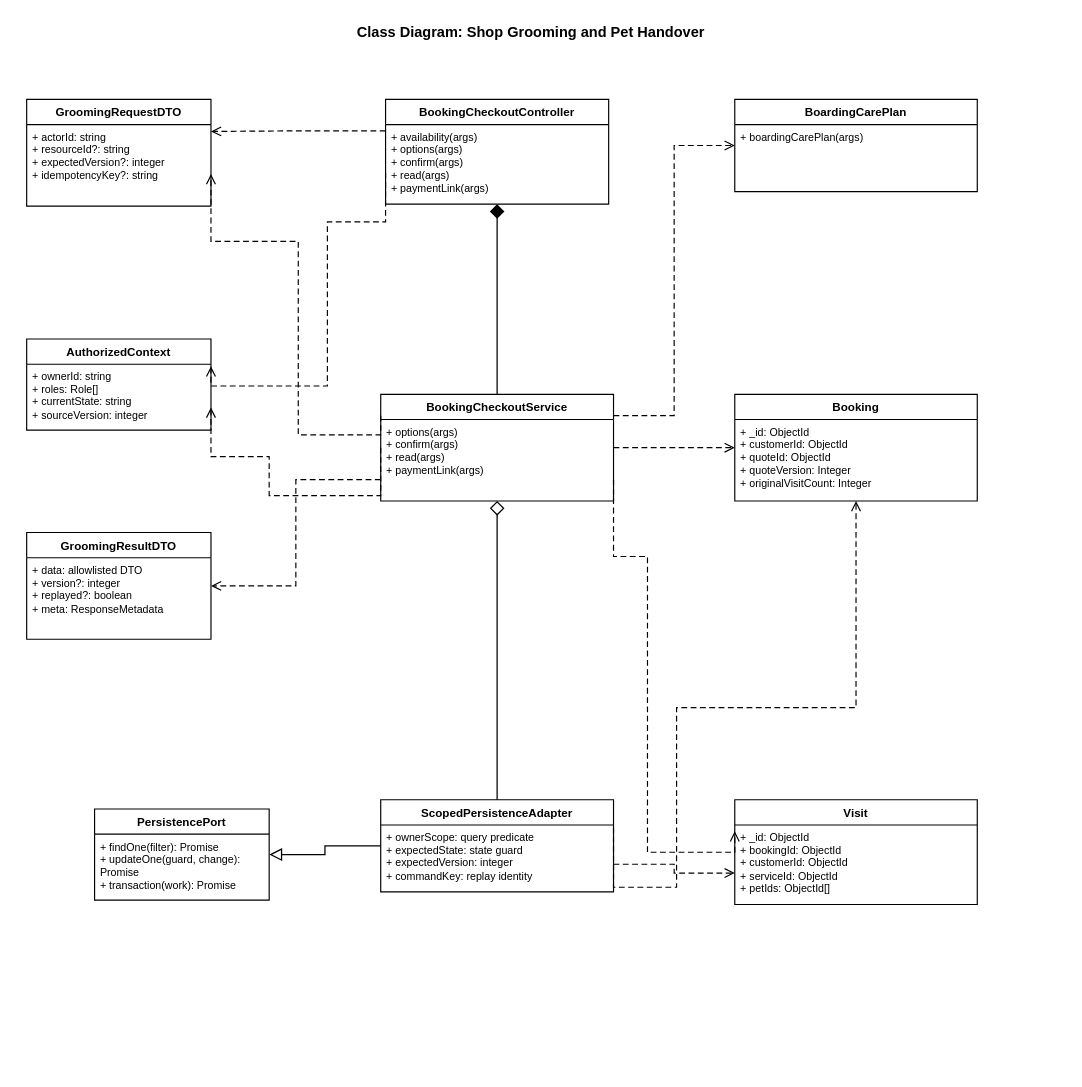
Above: page "14. Shop Grooming and Pet Handover" (1 of 2) of doc/reports/report4/class/class-grooming.drawio in ngocthanhhx7/SEP490_G101_FALL2026 (draw.io), before the change. Source tidied: cells renumbered, new cells numbered last; positions are measured from the earlier drawing's top-left corner, leaving out a move shared by most shapes. Both pictures are drawn from the tidied source at 97%, with x=0, y=0 at pixel (26, 16).
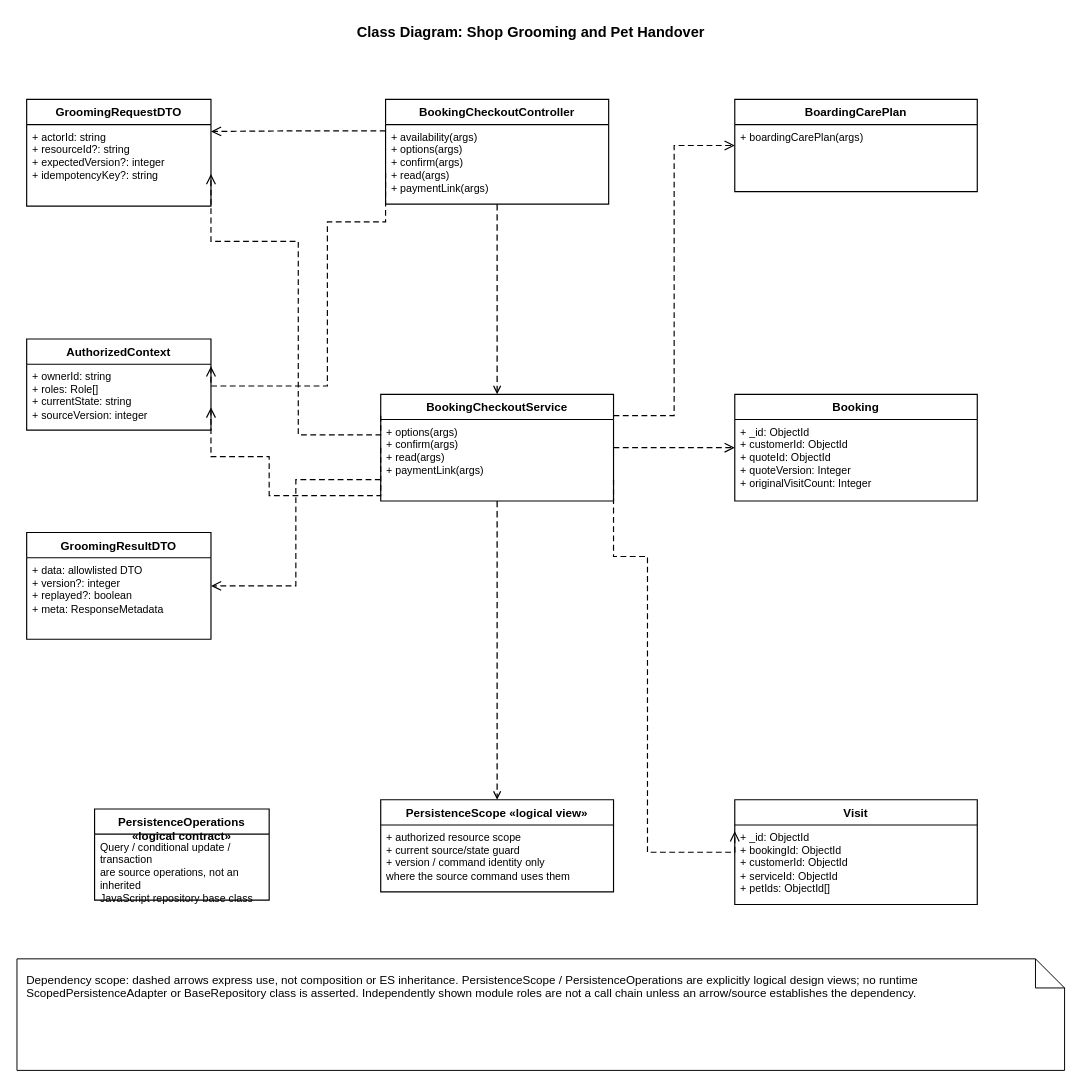
The same page after the edit.

Unchanged cells that the change refers to:
```xml
<mxCell id="11" value="BookingCheckoutController" style="swimlane;fontStyle=1;align=center;verticalAlign=top;horizontal=1;startSize=26;html=1;whiteSpace=wrap;fillColor=#FFFFFF;strokeColor=#000000;strokeWidth=1.2;" parent="1" vertex="1">
  <mxGeometry x="370" y="86" width="230" height="108" as="geometry" />
</mxCell>
<mxCell id="13" value="BookingCheckoutService" style="swimlane;fontStyle=1;align=center;verticalAlign=top;horizontal=1;startSize=26;html=1;whiteSpace=wrap;fillColor=#FFFFFF;strokeColor=#000000;strokeWidth=1.2;" parent="1" vertex="1">
  <mxGeometry x="365" y="390" width="240" height="110" as="geometry" />
</mxCell>
<mxCell id="19" value="Booking" style="swimlane;fontStyle=1;align=center;verticalAlign=top;horizontal=1;startSize=26;html=1;whiteSpace=wrap;fillColor=#FFFFFF;strokeColor=#000000;strokeWidth=1.2;" parent="1" vertex="1">
  <mxGeometry x="730" y="390" width="250" height="110" as="geometry" />
</mxCell>
<mxCell id="21" value="Visit" style="swimlane;fontStyle=1;align=center;verticalAlign=top;horizontal=1;startSize=26;html=1;whiteSpace=wrap;fillColor=#FFFFFF;strokeColor=#000000;strokeWidth=1.2;" parent="1" vertex="1">
  <mxGeometry x="730" y="808" width="250" height="108" as="geometry" />
</mxCell>
```

What changed in the source:
```diff
@@
-    <mxCell id="9" value="PersistencePort" style="swimlane;fontStyle=1;align=center;verticalAlign=top;horizontal=1;startSize=26;html=1;whiteSpace=wrap;fillColor=#FFFFFF;strokeColor=#000000;strokeWidth=1.2;" parent="1" vertex="1">
+    <mxCell id="9" value="PersistenceOperations «logical contract»" style="swimlane;fontStyle=1;align=center;verticalAlign=top;horizontal=1;startSize=26;html=1;whiteSpace=wrap;fillColor=#FFFFFF;strokeColor=#000000;strokeWidth=1.2;" parent="1" vertex="1">
       <mxGeometry x="70" y="817.5" width="180" height="94" as="geometry" />
     </mxCell>
-    <mxCell id="10" value="+ findOne(filter): Promise&#10;+ updateOne(guard, change): Promise&#10;+ transaction(work): Promise" style="text;strokeColor=none;fillColor=none;align=left;verticalAlign=top;spacingLeft=4;spacingRight=4;overflow=visible;whiteSpace=wrap;html=1;fontSize=11;" parent="9" vertex="1">
+    <mxCell id="10" value="Query / conditional update / transaction&#10;are source operations, not an inherited&#10;JavaScript repository base class" style="text;strokeColor=none;fillColor=none;align=left;verticalAlign=top;spacingLeft=4;spacingRight=4;overflow=visible;whiteSpace=wrap;html=1;fontSize=11;" parent="9" vertex="1">
       <mxGeometry y="26" width="180" height="68" as="geometry" />
     </mxCell>
@@
-    <mxCell id="15" value="ScopedPersistenceAdapter" style="swimlane;fontStyle=1;align=center;verticalAlign=top;horizontal=1;startSize=26;html=1;whiteSpace=wrap;fillColor=#FFFFFF;strokeColor=#000000;strokeWidth=1.2;" parent="1" vertex="1">
+    <mxCell id="15" value="PersistenceScope «logical view»" style="swimlane;fontStyle=1;align=center;verticalAlign=top;horizontal=1;startSize=26;html=1;whiteSpace=wrap;fillColor=#FFFFFF;strokeColor=#000000;strokeWidth=1.2;" parent="1" vertex="1">
       <mxGeometry x="365" y="808" width="240" height="95" as="geometry" />
     </mxCell>
-    <mxCell id="16" value="+ ownerScope: query predicate&#10;+ expectedState: state guard&#10;+ expectedVersion: integer&#10;+ commandKey: replay identity" style="text;strokeColor=none;fillColor=none;align=left;verticalAlign=top;spacingLeft=4;spacingRight=4;overflow=visible;whiteSpace=wrap;html=1;fontSize=11;" parent="15" vertex="1">
+    <mxCell id="16" value="+ authorized resource scope&#10;+ current source/state guard&#10;+ version / command identity only&#10;  where the source command uses them" style="text;strokeColor=none;fillColor=none;align=left;verticalAlign=top;spacingLeft=4;spacingRight=4;overflow=visible;whiteSpace=wrap;html=1;fontSize=11;" parent="15" vertex="1">
       <mxGeometry y="26" width="240" height="69" as="geometry" />
     </mxCell>
@@
-    <mxCell id="23" style="edgeStyle=orthogonalEdgeStyle;rounded=0;jettySize=auto;html=1;startArrow=diamond;startFill=1;startSize=12;endArrow=none;strokeColor=#000000;strokeWidth=1.3;exitX=0.5;exitY=1;exitDx=0;exitDy=0;entryX=0.5;entryY=0;entryDx=0;entryDy=0;" parent="1" edge="1" source="11" target="13">
+    <mxCell id="23" style="edgeStyle=orthogonalEdgeStyle;rounded=0;jettySize=auto;html=1;strokeColor=#000000;strokeWidth=1.3;exitX=0.5;exitY=1;exitDx=0;exitDy=0;entryX=0.5;entryY=0;entryDx=0;entryDy=0;dashed=1;dashPattern=5 3;startArrow=none;endArrow=open;dashed=1;dashPattern=5 3;" parent="1" edge="1" source="11" target="13">
       <mxGeometry relative="1" as="geometry" />
     </mxCell>
-    <mxCell id="24" style="edgeStyle=orthogonalEdgeStyle;rounded=0;jettySize=auto;html=1;startArrow=diamond;startFill=0;startSize=12;endArrow=none;strokeColor=#000000;strokeWidth=1.3;exitX=0.5;exitY=1;exitDx=0;exitDy=0;entryX=0.5;entryY=0;entryDx=0;entryDy=0;" parent="1" edge="1" source="13" target="15">
+    <mxCell id="24" style="edgeStyle=orthogonalEdgeStyle;rounded=0;jettySize=auto;html=1;strokeColor=#000000;strokeWidth=1.3;exitX=0.5;exitY=1;exitDx=0;exitDy=0;entryX=0.5;entryY=0;entryDx=0;entryDy=0;dashed=1;dashPattern=5 3;startArrow=none;endArrow=open;dashed=1;dashPattern=5 3;" parent="1" edge="1" source="13" target="15">
       <mxGeometry relative="1" as="geometry" />
     </mxCell>
-    <mxCell id="25" style="edgeStyle=orthogonalEdgeStyle;rounded=0;jettySize=auto;html=1;endArrow=block;endFill=0;endSize=10;strokeColor=#000000;strokeWidth=1.3;exitX=0;exitY=0.5;exitDx=0;exitDy=0;entryX=1;entryY=0.5;entryDx=0;entryDy=0;" parent="1" edge="1" source="15" target="9">
-      <mxGeometry relative="1" as="geometry" />
-    </mxCell>
@@
-    <mxCell id="34" style="edgeStyle=orthogonalEdgeStyle;rounded=0;jettySize=auto;html=1;dashed=1;dashPattern=5 3;endArrow=open;endSize=8;strokeColor=#000000;strokeWidth=1.2;exitX=1;exitY=0.3;exitDx=0;exitDy=0;entryX=0.5;entryY=1;entryDx=0;entryDy=0;" parent="1" edge="1" source="15" target="19">
-      <mxGeometry x="0.09" relative="1" as="geometry">
-        <Array as="points">
-          <mxPoint x="605" y="898.2" />
-          <mxPoint x="670" y="898.2" />
-          <mxPoint x="670" y="713" />
-          <mxPoint x="855" y="713" />
-        </Array>
-      </mxGeometry>
-    </mxCell>
-    <mxCell id="35" style="edgeStyle=orthogonalEdgeStyle;rounded=0;jettySize=auto;html=1;dashed=1;dashPattern=5 3;endArrow=open;endSize=8;strokeColor=#000000;strokeWidth=1.2;exitX=1;exitY=0.7;exitDx=0;exitDy=0;entryX=0;entryY=0.7;entryDx=0;entryDy=0;" parent="1" edge="1" source="15" target="21">
-      <mxGeometry relative="1" as="geometry" />
-    </mxCell>
+    <mxCell id="36" value="Dependency scope: dashed arrows express use, not composition or ES inheritance. PersistenceScope / PersistenceOperations are explicitly logical design views; no runtime ScopedPersistenceAdapter or BaseRepository class is asserted. Independently shown module roles are not a call chain unless an arrow/source establishes the dependency." style="shape=note;html=0;whiteSpace=wrap;align=left;verticalAlign=top;spacing=10;fontSize=12;fillColor=#ffffff;strokeColor=#000000;" parent="1" vertex="1">
+      <mxGeometry x="-10" y="972" width="1080" height="115" as="geometry" />
+    </mxCell>
```
